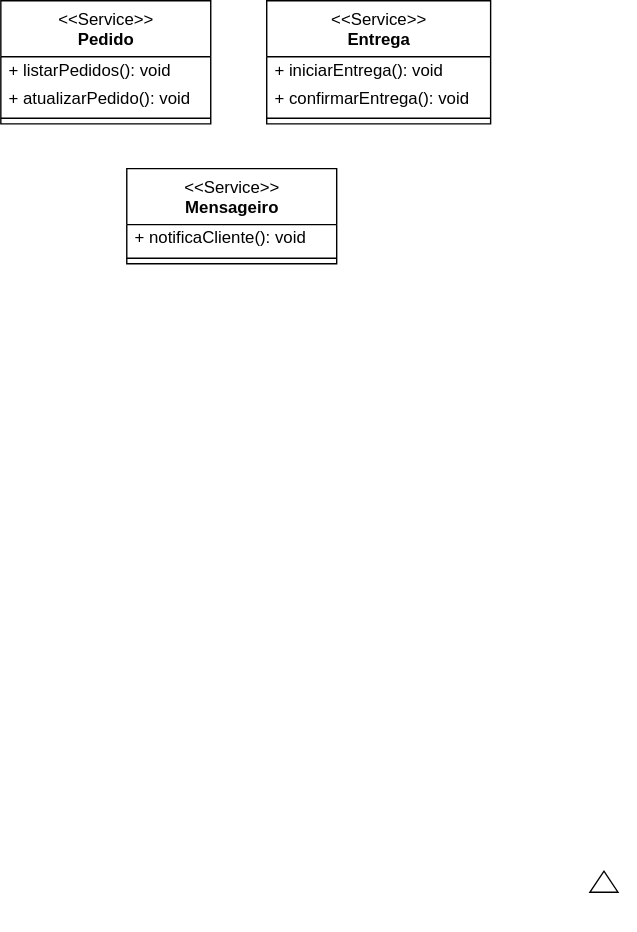
Above: images/relacao-entre-servicos-refinada.drawio.svg in alexanderaugusto/logistica-service (draw.io), before the change. Source tidied: cells renumbered, new cells last; positions are measured from the earlier drawing's top-left corner, leaving out a move shared by most shapes.
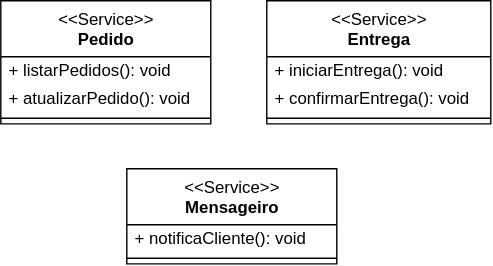
After the commit.

The edit, as a diff of the source:
```diff
@@ -2,12 +2,6 @@
   <root>
     <mxCell id="0" />
     <mxCell id="1" parent="0" />
-    <mxCell id="2" style="group;" parent="1" vertex="1">
-      <mxGeometry x="323.5" y="594.6" width="130" height="70" as="geometry" />
-    </mxCell>
-    <mxCell id="3" style="triangle;whiteSpace=wrap;html=1;rounded=0;shadow=0;comic=0;labelBackgroundColor=none;strokeWidth=1;fontFamily=Verdana;fontSize=10;align=center;rotation=-90;" parent="2" vertex="1">
-      <mxGeometry x="100" y="25" width="15" height="20" as="geometry" />
-    </mxCell>
     <mxCell id="4" value="&amp;lt;&amp;lt;Service&amp;gt;&amp;gt;&lt;br&gt;&lt;b&gt;Pedido&lt;/b&gt;" style="swimlane;fontStyle=0;align=center;verticalAlign=top;horizontal=1;startSize=40;html=1;" parent="1" vertex="1">
       <mxGeometry width="150" height="88" as="geometry" />
     </mxCell>
```
